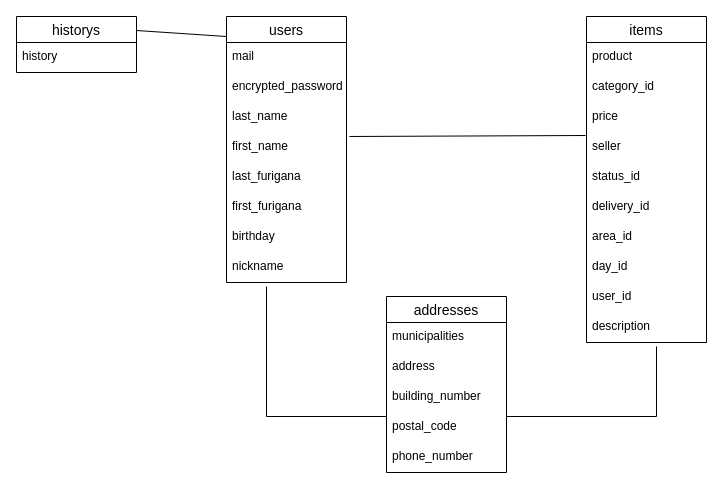
Above: test.dio in shoun123/furima-34519 (draw.io), before the change. Source tidied: cells renumbered, new cells numbered last; positions are measured from the earlier drawing's top-left corner, leaving out a move shared by most shapes. Both pictures are drawn from the tidied source at 100%, with x=0, y=0 at pixel (16, 16).
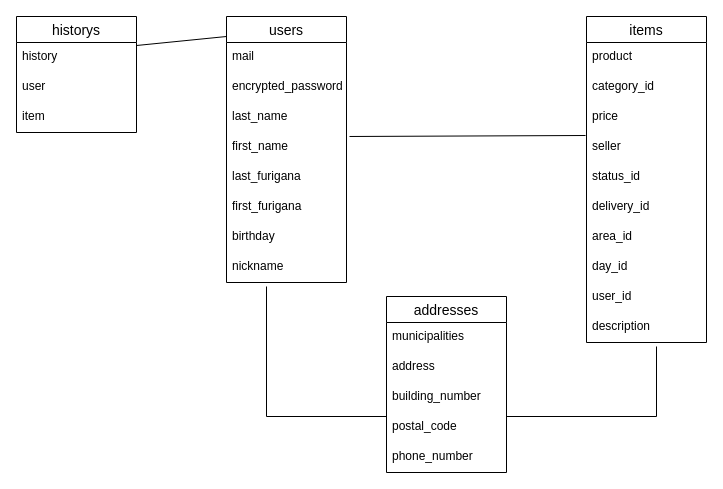
Above is the later version.

Commit message (it also covers changes not shown here):
データベース設計

The edit, as a diff of the source:
```diff
@@
     <mxCell id="31" value="historys" style="swimlane;fontStyle=0;horizontal=1;startSize=26;align=center;fontSize=14;" parent="1" vertex="1">
-      <mxGeometry width="120" height="56" as="geometry" />
+      <mxGeometry width="120" height="116" as="geometry" />
     </mxCell>
@@
+    <mxCell id="34" value="user" style="text;strokeColor=none;fillColor=none;spacingLeft=4;spacingRight=4;overflow=hidden;fontSize=12;" parent="31" vertex="1">
+      <mxGeometry y="56" width="120" height="30" as="geometry" />
+    </mxCell>
+    <mxCell id="35" value="item" style="text;strokeColor=none;fillColor=none;spacingLeft=4;spacingRight=4;overflow=hidden;fontSize=12;" parent="31" vertex="1">
+      <mxGeometry y="86" width="120" height="30" as="geometry" />
+    </mxCell>
```
